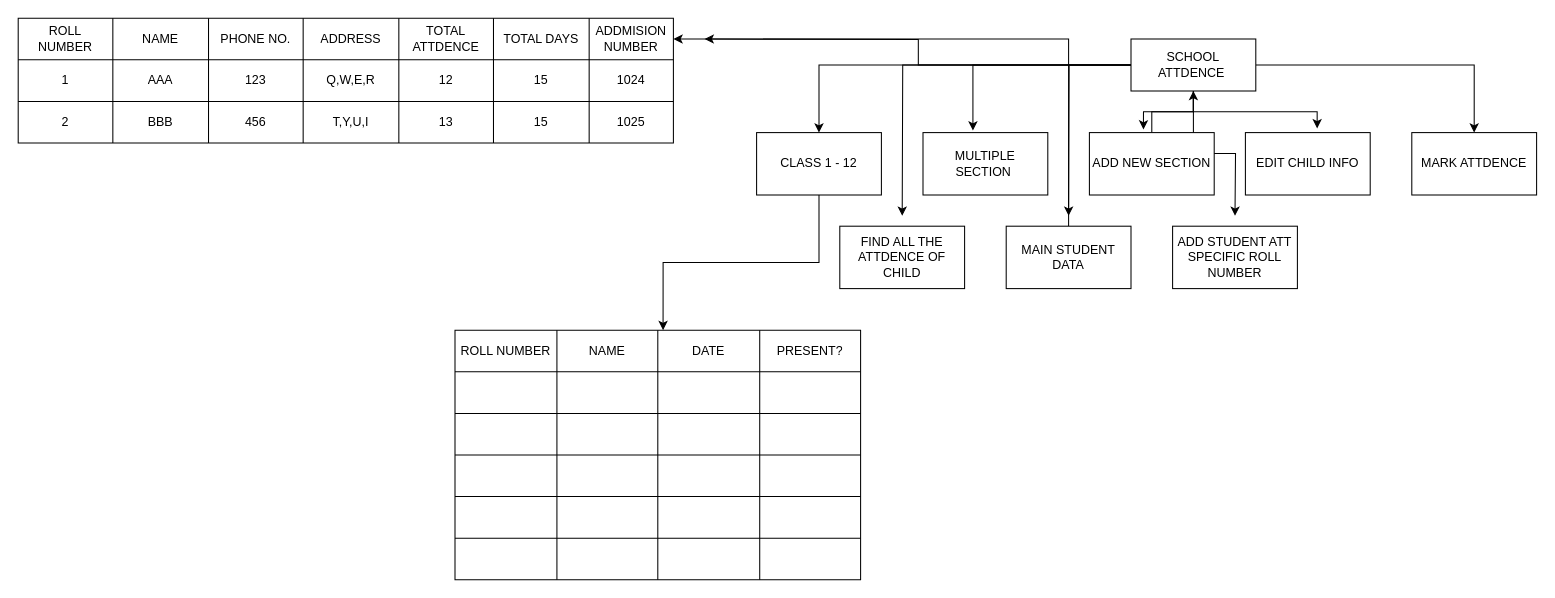
This is Untitled Diagram.drawio from Ayushpro1227/Ayushpro1227, a draw.io file, before an edit. Source tidied: cells renumbered, new cells numbered last; positions are measured from the earlier drawing's top-left corner, leaving out a move shared by most shapes. Both pictures are drawn from the tidied source at 104%, with x=0, y=0 at pixel (18, 18).
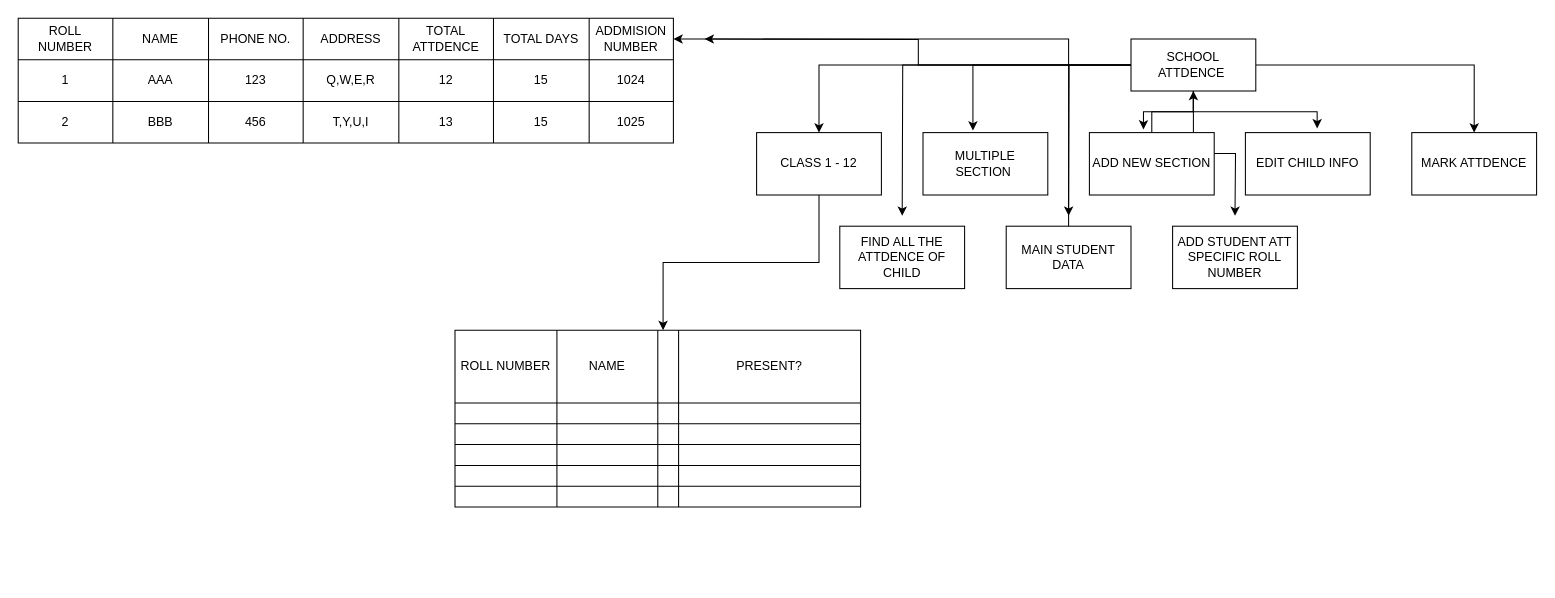
Above is the later version.

The edit, as a diff of the source:
```diff
@@
     <mxCell id="21" style="shape=table;startSize=0;childLayout=tableLayout;" parent="1" vertex="1">
-      <mxGeometry x="420" y="300" width="390" height="240" as="geometry" />
+      <mxGeometry x="420" y="300" width="390" height="170" as="geometry" />
     </mxCell>
     <mxCell id="22" style="shape=tableRow;horizontal=0;startSize=0;swimlaneHead=0;swimlaneBody=0;strokeColor=inherit;top=0;left=0;bottom=0;right=0;fillColor=none;points=[[0,0.5],[1,0.5]];portConstraint=eastwest;" parent="21" vertex="1">
-      <mxGeometry width="390" height="40" as="geometry" />
+      <mxGeometry width="390" height="70" as="geometry" />
     </mxCell>
     <mxCell id="23" value="ROLL NUMBER" style="shape=partialRectangle;html=1;whiteSpace=wrap;strokeColor=inherit;overflow=hidden;fillColor=none;top=0;left=0;bottom=0;right=0;" parent="22" vertex="1">
-      <mxGeometry width="98" height="40" as="geometry" />
+      <mxGeometry width="98" height="70" as="geometry" />
     </mxCell>
     <mxCell id="24" value="NAME" style="shape=partialRectangle;html=1;whiteSpace=wrap;strokeColor=inherit;overflow=hidden;fillColor=none;top=0;left=0;bottom=0;right=0;" parent="22" vertex="1">
-      <mxGeometry x="98" width="97" height="40" as="geometry" />
+      <mxGeometry x="98" width="97" height="70" as="geometry" />
     </mxCell>
-    <mxCell id="25" value="DATE" style="shape=partialRectangle;html=1;whiteSpace=wrap;strokeColor=inherit;overflow=hidden;fillColor=none;top=0;left=0;bottom=0;right=0;" parent="22" vertex="1">
-      <mxGeometry x="195" width="98" height="40" as="geometry" />
+    <mxCell id="25" style="shape=partialRectangle;html=1;whiteSpace=wrap;strokeColor=inherit;overflow=hidden;fillColor=none;top=0;left=0;bottom=0;right=0;" parent="22" vertex="1">
+      <mxGeometry x="195" width="20" height="70" as="geometry" />
     </mxCell>
     <mxCell id="26" value="PRESENT?" style="shape=partialRectangle;html=1;whiteSpace=wrap;strokeColor=inherit;overflow=hidden;fillColor=none;top=0;left=0;bottom=0;right=0;" parent="22" vertex="1">
-      <mxGeometry x="293" width="97" height="40" as="geometry" />
+      <mxGeometry x="215" width="175" height="70" as="geometry" />
     </mxCell>
     <mxCell id="27" style="shape=tableRow;horizontal=0;startSize=0;swimlaneHead=0;swimlaneBody=0;strokeColor=inherit;top=0;left=0;bottom=0;right=0;fillColor=none;" parent="21" vertex="1">
-      <mxGeometry y="40" width="390" height="40" as="geometry" />
+      <mxGeometry y="70" width="390" height="20" as="geometry" />
     </mxCell>
     <mxCell id="28" style="shape=partialRectangle;html=1;whiteSpace=wrap;strokeColor=inherit;overflow=hidden;fillColor=none;top=0;left=0;bottom=0;right=0;" parent="27" vertex="1">
-      <mxGeometry width="98" height="40" as="geometry" />
+      <mxGeometry width="98" height="20" as="geometry" />
     </mxCell>
     <mxCell id="29" style="shape=partialRectangle;html=1;whiteSpace=wrap;strokeColor=inherit;overflow=hidden;fillColor=none;top=0;left=0;bottom=0;right=0;" parent="27" vertex="1">
-      <mxGeometry x="98" width="97" height="40" as="geometry" />
+      <mxGeometry x="98" width="97" height="20" as="geometry" />
     </mxCell>
     <mxCell id="30" style="shape=partialRectangle;html=1;whiteSpace=wrap;strokeColor=inherit;overflow=hidden;fillColor=none;top=0;left=0;bottom=0;right=0;" parent="27" vertex="1">
-      <mxGeometry x="195" width="98" height="40" as="geometry" />
+      <mxGeometry x="195" width="20" height="20" as="geometry" />
     </mxCell>
     <mxCell id="31" style="shape=partialRectangle;html=1;whiteSpace=wrap;strokeColor=inherit;overflow=hidden;fillColor=none;top=0;left=0;bottom=0;right=0;" parent="27" vertex="1">
-      <mxGeometry x="293" width="97" height="40" as="geometry" />
+      <mxGeometry x="215" width="175" height="20" as="geometry" />
     </mxCell>
     <mxCell id="32" style="shape=tableRow;horizontal=0;startSize=0;swimlaneHead=0;swimlaneBody=0;strokeColor=inherit;top=0;left=0;bottom=0;right=0;fillColor=none;" parent="21" vertex="1">
-      <mxGeometry y="80" width="390" height="40" as="geometry" />
+      <mxGeometry y="90" width="390" height="20" as="geometry" />
     </mxCell>
     <mxCell id="33" style="shape=partialRectangle;html=1;whiteSpace=wrap;strokeColor=inherit;overflow=hidden;fillColor=none;top=0;left=0;bottom=0;right=0;" parent="32" vertex="1">
-      <mxGeometry width="98" height="40" as="geometry" />
+      <mxGeometry width="98" height="20" as="geometry" />
     </mxCell>
     <mxCell id="34" style="shape=partialRectangle;html=1;whiteSpace=wrap;strokeColor=inherit;overflow=hidden;fillColor=none;top=0;left=0;bottom=0;right=0;" parent="32" vertex="1">
-      <mxGeometry x="98" width="97" height="40" as="geometry" />
+      <mxGeometry x="98" width="97" height="20" as="geometry" />
     </mxCell>
     <mxCell id="35" style="shape=partialRectangle;html=1;whiteSpace=wrap;strokeColor=inherit;overflow=hidden;fillColor=none;top=0;left=0;bottom=0;right=0;" parent="32" vertex="1">
-      <mxGeometry x="195" width="98" height="40" as="geometry" />
+      <mxGeometry x="195" width="20" height="20" as="geometry" />
     </mxCell>
     <mxCell id="36" style="shape=partialRectangle;html=1;whiteSpace=wrap;strokeColor=inherit;overflow=hidden;fillColor=none;top=0;left=0;bottom=0;right=0;" parent="32" vertex="1">
-      <mxGeometry x="293" width="97" height="40" as="geometry" />
+      <mxGeometry x="215" width="175" height="20" as="geometry" />
     </mxCell>
     <mxCell id="37" style="shape=tableRow;horizontal=0;startSize=0;swimlaneHead=0;swimlaneBody=0;strokeColor=inherit;top=0;left=0;bottom=0;right=0;fillColor=none;" parent="21" vertex="1">
-      <mxGeometry y="120" width="390" height="40" as="geometry" />
+      <mxGeometry y="110" width="390" height="20" as="geometry" />
     </mxCell>
     <mxCell id="38" style="shape=partialRectangle;html=1;whiteSpace=wrap;strokeColor=inherit;overflow=hidden;fillColor=none;top=0;left=0;bottom=0;right=0;" parent="37" vertex="1">
-      <mxGeometry width="98" height="40" as="geometry" />
+      <mxGeometry width="98" height="20" as="geometry" />
     </mxCell>
     <mxCell id="39" style="shape=partialRectangle;html=1;whiteSpace=wrap;strokeColor=inherit;overflow=hidden;fillColor=none;top=0;left=0;bottom=0;right=0;" parent="37" vertex="1">
-      <mxGeometry x="98" width="97" height="40" as="geometry" />
+      <mxGeometry x="98" width="97" height="20" as="geometry" />
     </mxCell>
     <mxCell id="40" style="shape=partialRectangle;html=1;whiteSpace=wrap;strokeColor=inherit;overflow=hidden;fillColor=none;top=0;left=0;bottom=0;right=0;" parent="37" vertex="1">
-      <mxGeometry x="195" width="98" height="40" as="geometry" />
+      <mxGeometry x="195" width="20" height="20" as="geometry" />
     </mxCell>
     <mxCell id="41" style="shape=partialRectangle;html=1;whiteSpace=wrap;strokeColor=inherit;overflow=hidden;fillColor=none;top=0;left=0;bottom=0;right=0;" parent="37" vertex="1">
-      <mxGeometry x="293" width="97" height="40" as="geometry" />
+      <mxGeometry x="215" width="175" height="20" as="geometry" />
     </mxCell>
     <mxCell id="42" style="shape=tableRow;horizontal=0;startSize=0;swimlaneHead=0;swimlaneBody=0;strokeColor=inherit;top=0;left=0;bottom=0;right=0;fillColor=none;" parent="21" vertex="1">
-      <mxGeometry y="160" width="390" height="40" as="geometry" />
+      <mxGeometry y="130" width="390" height="20" as="geometry" />
     </mxCell>
     <mxCell id="43" style="shape=partialRectangle;html=1;whiteSpace=wrap;strokeColor=inherit;overflow=hidden;fillColor=none;top=0;left=0;bottom=0;right=0;" parent="42" vertex="1">
-      <mxGeometry width="98" height="40" as="geometry" />
+      <mxGeometry width="98" height="20" as="geometry" />
     </mxCell>
     <mxCell id="44" style="shape=partialRectangle;html=1;whiteSpace=wrap;strokeColor=inherit;overflow=hidden;fillColor=none;top=0;left=0;bottom=0;right=0;" parent="42" vertex="1">
-      <mxGeometry x="98" width="97" height="40" as="geometry" />
+      <mxGeometry x="98" width="97" height="20" as="geometry" />
     </mxCell>
     <mxCell id="45" style="shape=partialRectangle;html=1;whiteSpace=wrap;strokeColor=inherit;overflow=hidden;fillColor=none;top=0;left=0;bottom=0;right=0;" parent="42" vertex="1">
-      <mxGeometry x="195" width="98" height="40" as="geometry" />
+      <mxGeometry x="195" width="20" height="20" as="geometry" />
     </mxCell>
     <mxCell id="46" style="shape=partialRectangle;html=1;whiteSpace=wrap;strokeColor=inherit;overflow=hidden;fillColor=none;top=0;left=0;bottom=0;right=0;" parent="42" vertex="1">
-      <mxGeometry x="293" width="97" height="40" as="geometry" />
+      <mxGeometry x="215" width="175" height="20" as="geometry" />
     </mxCell>
     <mxCell id="47" style="shape=tableRow;horizontal=0;startSize=0;swimlaneHead=0;swimlaneBody=0;strokeColor=inherit;top=0;left=0;bottom=0;right=0;fillColor=none;" parent="21" vertex="1">
-      <mxGeometry y="200" width="390" height="40" as="geometry" />
+      <mxGeometry y="150" width="390" height="20" as="geometry" />
     </mxCell>
     <mxCell id="48" style="shape=partialRectangle;html=1;whiteSpace=wrap;strokeColor=inherit;overflow=hidden;fillColor=none;top=0;left=0;bottom=0;right=0;" parent="47" vertex="1">
-      <mxGeometry width="98" height="40" as="geometry" />
+      <mxGeometry width="98" height="20" as="geometry" />
     </mxCell>
     <mxCell id="49" style="shape=partialRectangle;html=1;whiteSpace=wrap;strokeColor=inherit;overflow=hidden;fillColor=none;top=0;left=0;bottom=0;right=0;" parent="47" vertex="1">
-      <mxGeometry x="98" width="97" height="40" as="geometry" />
+      <mxGeometry x="98" width="97" height="20" as="geometry" />
     </mxCell>
     <mxCell id="50" style="shape=partialRectangle;html=1;whiteSpace=wrap;strokeColor=inherit;overflow=hidden;fillColor=none;top=0;left=0;bottom=0;right=0;" parent="47" vertex="1">
-      <mxGeometry x="195" width="98" height="40" as="geometry" />
+      <mxGeometry x="195" width="20" height="20" as="geometry" />
     </mxCell>
     <mxCell id="51" style="shape=partialRectangle;html=1;whiteSpace=wrap;strokeColor=inherit;overflow=hidden;fillColor=none;top=0;left=0;bottom=0;right=0;" parent="47" vertex="1">
-      <mxGeometry x="293" width="97" height="40" as="geometry" />
+      <mxGeometry x="215" width="175" height="20" as="geometry" />
     </mxCell>
```
